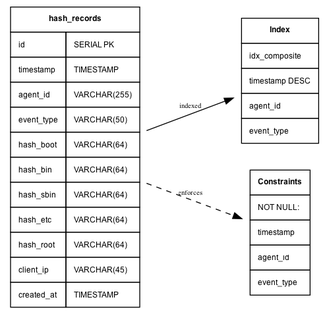
The Graphviz diagram diagram/database.png in majackie/hashiko, before a commit. Its source is kept beside it as diagram/database.gv.
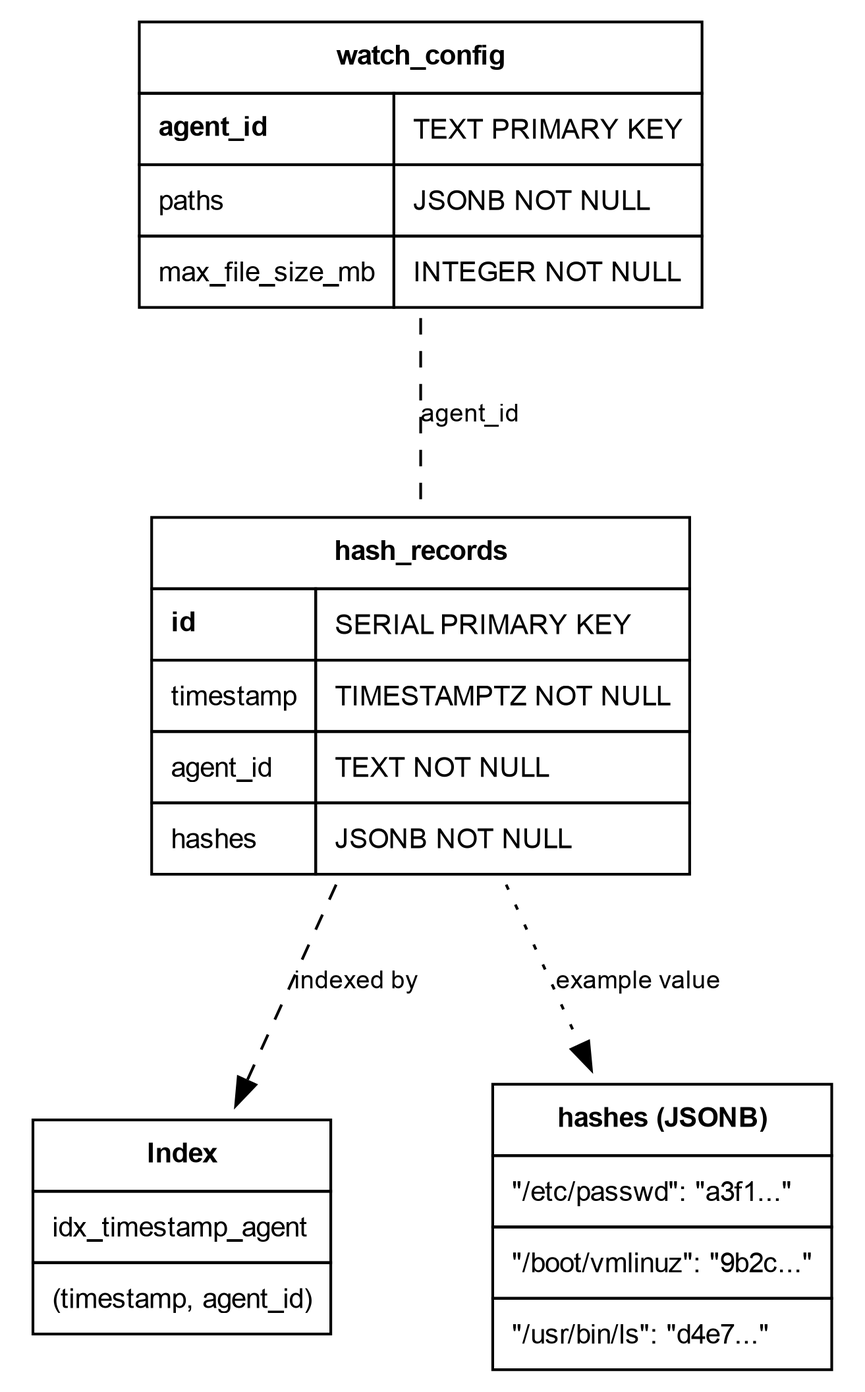
The same diagram one commit later.

The edit, as a diff of the source:
```diff
@@ -1,48 +1,50 @@
 
-digraph DatabaseSchema {
-    rankdir=LR;
-    node [shape=plaintext, fontsize=9, fontname="Arial"];
-    edge [fontsize=8];
-    nodesep=0.3;
-    ranksep=1.0;
+digraph Database {
+    rankdir=TB;
+    fontname="Helvetica";
+    fontsize=11;
+    node [shape=plaintext, fontname="Helvetica", fontsize=10];
+    edge [fontname="Helvetica", fontsize=9];
+    nodesep=0.6;
+    ranksep=0.8;
 
     hash_records [label=<
-        <table border="0" cellborder="1" cellspacing="0" cellpadding="8">
+        <table border="0" cellborder="1" cellspacing="0" cellpadding="6">
             <tr><td colspan="2"><b>hash_records</b></td></tr>
-            <tr><td align="left">id</td><td align="left">SERIAL PK</td></tr>
-            <tr><td align="left">timestamp</td><td align="left">TIMESTAMP</td></tr>
-            <tr><td align="left">agent_id</td><td align="left">VARCHAR(255)</td></tr>
-            <tr><td align="left">event_type</td><td align="left">VARCHAR(50)</td></tr>
-            <tr><td align="left">hash_boot</td><td align="left">VARCHAR(64)</td></tr>
-            <tr><td align="left">hash_bin</td><td align="left">VARCHAR(64)</td></tr>
-            <tr><td align="left">hash_sbin</td><td align="left">VARCHAR(64)</td></tr>
-            <tr><td align="left">hash_etc</td><td align="left">VARCHAR(64)</td></tr>
-            <tr><td align="left">hash_root</td><td align="left">VARCHAR(64)</td></tr>
-            <tr><td align="left">client_ip</td><td align="left">VARCHAR(45)</td></tr>
-            <tr><td align="left">created_at</td><td align="left">TIMESTAMP</td></tr>
+            <tr><td align="left"><b>id</b></td><td align="left">SERIAL PRIMARY KEY</td></tr>
+            <tr><td align="left">timestamp</td><td align="left">TIMESTAMPTZ NOT NULL</td></tr>
+            <tr><td align="left">agent_id</td><td align="left">TEXT NOT NULL</td></tr>
+            <tr><td align="left">hashes</td><td align="left">JSONB NOT NULL</td></tr>
+        </table>
+    >];
+
+    watch_config [label=<
+        <table border="0" cellborder="1" cellspacing="0" cellpadding="6">
+            <tr><td colspan="2"><b>watch_config</b></td></tr>
+            <tr><td align="left"><b>agent_id</b></td><td align="left">TEXT PRIMARY KEY</td></tr>
+            <tr><td align="left">paths</td><td align="left">JSONB NOT NULL</td></tr>
+            <tr><td align="left">max_file_size_mb</td><td align="left">INTEGER NOT NULL</td></tr>
         </table>
     >];
 
     idx [label=<
-        <table border="0" cellborder="1" cellspacing="0" cellpadding="8">
+        <table border="0" cellborder="1" cellspacing="0" cellpadding="6">
             <tr><td><b>Index</b></td></tr>
-            <tr><td align="left">idx_composite</td></tr>
-            <tr><td align="left">timestamp DESC</td></tr>
-            <tr><td align="left">agent_id</td></tr>
-            <tr><td align="left">event_type</td></tr>
+            <tr><td align="left">idx_timestamp_agent</td></tr>
+            <tr><td align="left">(timestamp, agent_id)</td></tr>
         </table>
     >];
 
-    constraints [label=<
-        <table border="0" cellborder="1" cellspacing="0" cellpadding="8">
-            <tr><td><b>Constraints</b></td></tr>
-            <tr><td align="left">NOT NULL:</td></tr>
-            <tr><td align="left">timestamp</td></tr>
-            <tr><td align="left">agent_id</td></tr>
-            <tr><td align="left">event_type</td></tr>
+    hashes_example [label=<
+        <table border="0" cellborder="1" cellspacing="0" cellpadding="6">
+            <tr><td><b>hashes (JSONB)</b></td></tr>
+            <tr><td align="left">"/etc/passwd": "a3f1..."</td></tr>
+            <tr><td align="left">"/boot/vmlinuz": "9b2c..."</td></tr>
+            <tr><td align="left">"/usr/bin/ls": "d4e7..."</td></tr>
         </table>
     >];
 
-    hash_records -> idx [label="indexed"];
-    hash_records -> constraints [label="enforces", style=dashed];
+    hash_records -> idx          [label="indexed by", style=dashed];
+    hash_records -> hashes_example [label="example value", style=dotted];
+    watch_config -> hash_records [label="agent_id", style=dashed, dir=none];
 }
```
